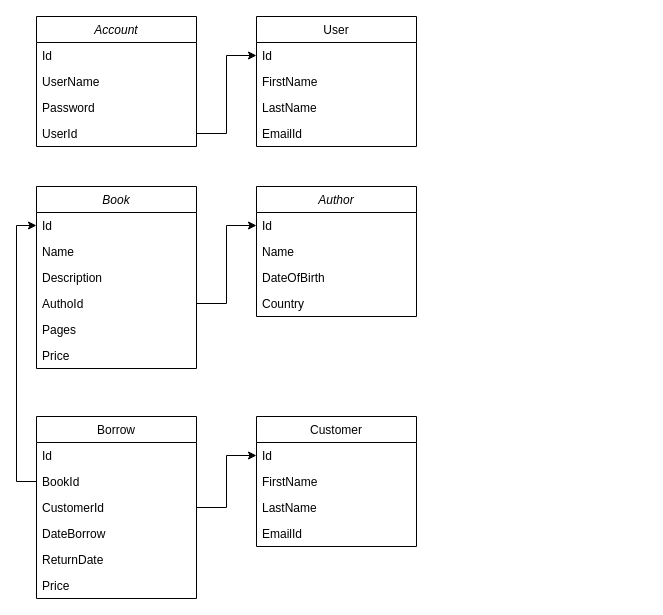
Before: document/Lib.drawio in DoanNV19/library, a draw.io diagram. Source tidied: cells renumbered, new cells numbered last; positions are measured from the earlier drawing's top-left corner, leaving out a move shared by most shapes. Both pictures are drawn from the tidied source at 100%, with x=0, y=0 at pixel (36, 16).
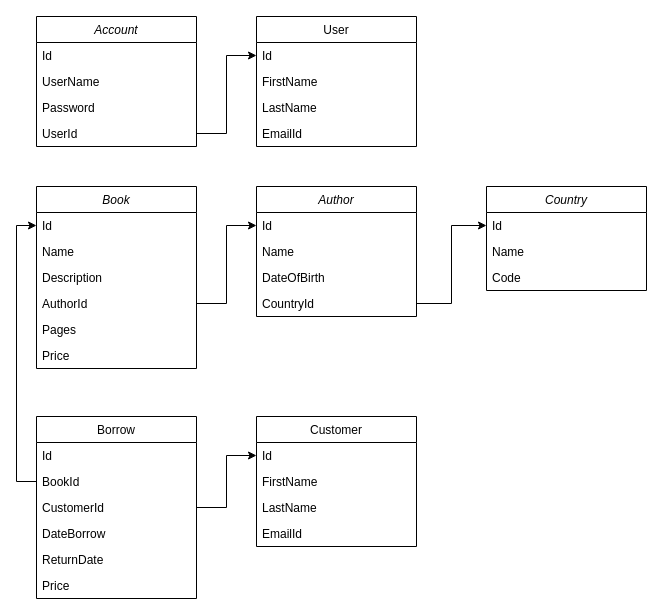
The same diagram, later.

Unchanged cells that the change refers to:
```xml
<mxCell id="13" value="Book" style="swimlane;fontStyle=2;align=center;verticalAlign=top;horizontal=1;startSize=26;rounded=0;shadow=0;strokeWidth=1;" parent="1" vertex="1">
  <mxGeometry y="170" width="160" height="182" as="geometry" />
</mxCell>
<mxCell id="20" value="Author" style="swimlane;fontStyle=2;align=center;verticalAlign=top;horizontal=1;startSize=26;rounded=0;shadow=0;strokeWidth=1;" parent="1" vertex="1">
  <mxGeometry x="220" y="170" width="160" height="130" as="geometry" />
</mxCell>
```

What changed in the source:
```diff
@@
-    <mxCell id="17" value="AuthoId" style="text;align=left;verticalAlign=top;spacingLeft=4;spacingRight=4;overflow=hidden;points=[[0,0.5],[1,0.5]];portConstraint=eastwest;rounded=0;shadow=0;html=0;" parent="13" vertex="1">
+    <mxCell id="17" value="AuthorId" style="text;align=left;verticalAlign=top;spacingLeft=4;spacingRight=4;overflow=hidden;points=[[0,0.5],[1,0.5]];portConstraint=eastwest;rounded=0;shadow=0;html=0;" parent="13" vertex="1">
       <mxGeometry y="104" width="160" height="26" as="geometry" />
     </mxCell>
@@
-    <mxCell id="24" value="Country" style="text;align=left;verticalAlign=top;spacingLeft=4;spacingRight=4;overflow=hidden;points=[[0,0.5],[1,0.5]];portConstraint=eastwest;rounded=0;shadow=0;html=0;" parent="20" vertex="1">
+    <mxCell id="24" value="CountryId" style="text;align=left;verticalAlign=top;spacingLeft=4;spacingRight=4;overflow=hidden;points=[[0,0.5],[1,0.5]];portConstraint=eastwest;rounded=0;shadow=0;html=0;" parent="20" vertex="1">
       <mxGeometry y="104" width="160" height="26" as="geometry" />
     </mxCell>
@@
+    <mxCell id="40" value="Country&#10;" style="swimlane;fontStyle=2;align=center;verticalAlign=top;horizontal=1;startSize=26;rounded=0;shadow=0;strokeWidth=1;" parent="1" vertex="1">
+      <mxGeometry x="450" y="170" width="160" height="104" as="geometry" />
+    </mxCell>
+    <mxCell id="41" value="Id" style="text;align=left;verticalAlign=top;spacingLeft=4;spacingRight=4;overflow=hidden;points=[[0,0.5],[1,0.5]];portConstraint=eastwest;" parent="40" vertex="1">
+      <mxGeometry y="26" width="160" height="26" as="geometry" />
+    </mxCell>
+    <mxCell id="42" value="Name" style="text;align=left;verticalAlign=top;spacingLeft=4;spacingRight=4;overflow=hidden;rounded=0;shadow=0;html=0;" parent="40" vertex="1">
+      <mxGeometry y="52" width="160" height="26" as="geometry" />
+    </mxCell>
+    <mxCell id="43" value="Code" style="text;align=left;verticalAlign=top;spacingLeft=4;spacingRight=4;overflow=hidden;rounded=0;shadow=0;html=0;" parent="40" vertex="1">
+      <mxGeometry y="78" width="160" height="26" as="geometry" />
+    </mxCell>
+    <mxCell id="44" style="edgeStyle=orthogonalEdgeStyle;rounded=0;jettySize=auto;html=1;exitX=1;exitY=0.5;exitDx=0;exitDy=0;entryX=0;entryY=0.5;entryDx=0;entryDy=0;" parent="1" edge="1" source="24" target="41">
+      <mxGeometry relative="1" as="geometry" />
+    </mxCell>
```
